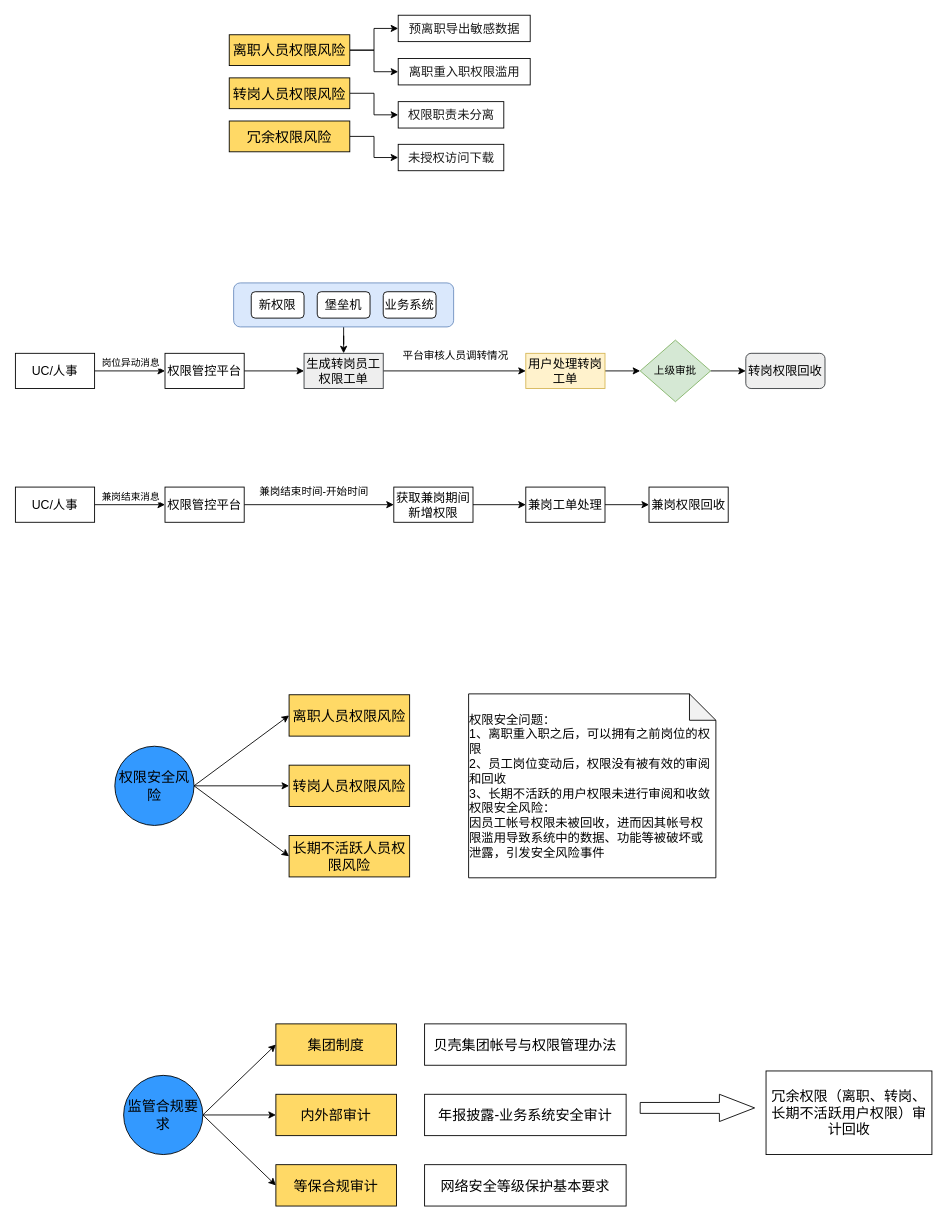
This is page "权限管控背景" (3 of 11) of 权限审计.drawio from zpxiao-ios/hello-world, a draw.io file, before an edit. Source tidied: cells renumbered, new cells numbered last; positions are measured from the earlier drawing's top-left corner, leaving out a move shared by most shapes. Both pictures are drawn from the tidied source at 88%, with x=0, y=0 at pixel (15, 15).
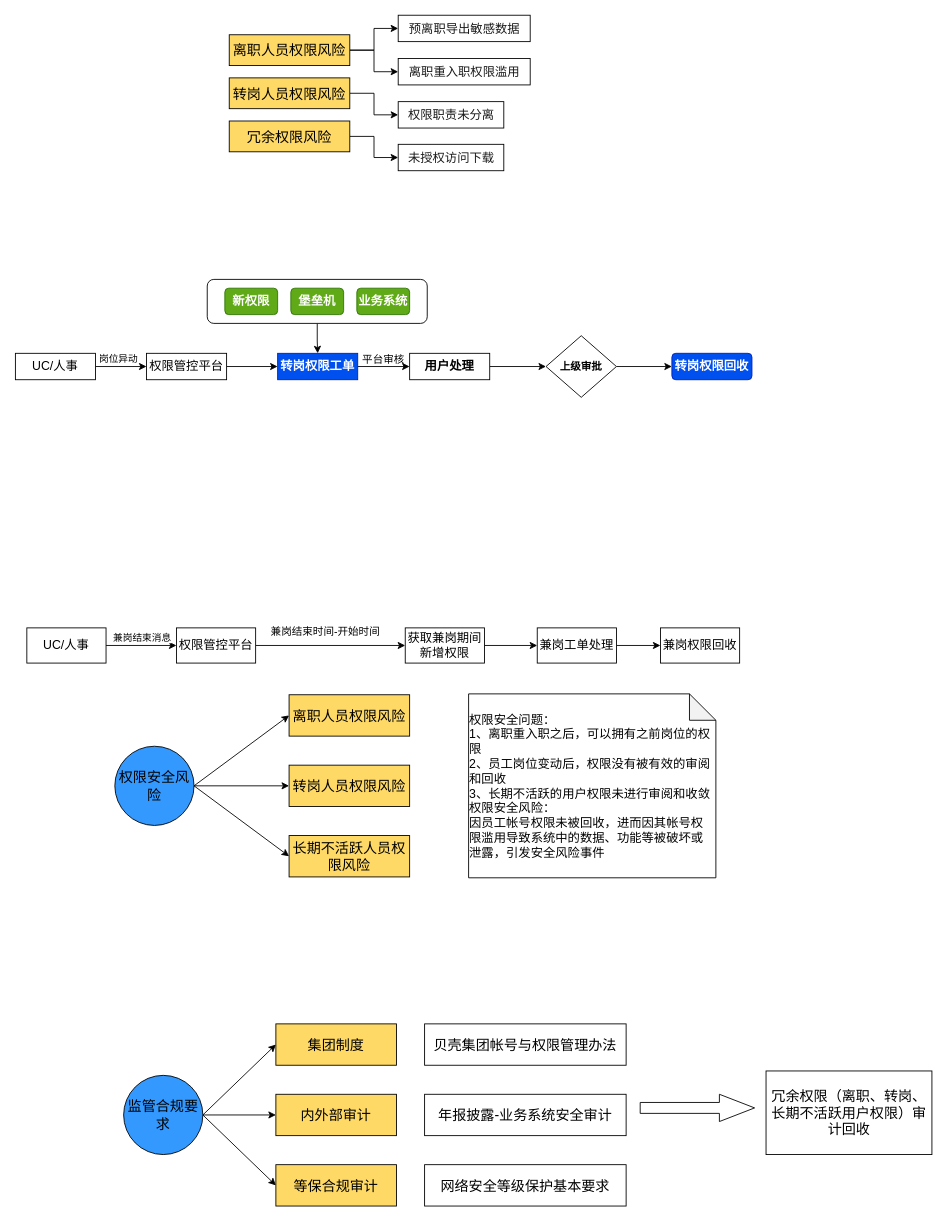
The same page after the edit.

Unchanged cells that the change refers to:
```xml
<mxCell id="4" style="edgeStyle=orthogonalEdgeStyle;rounded=0;jettySize=auto;html=1;exitX=1;exitY=0.5;exitDx=0;exitDy=0;entryX=0;entryY=0.5;entryDx=0;entryDy=0;" parent="1" edge="1" source="6" target="8">
  <mxGeometry relative="1" as="geometry" />
</mxCell>
```

Change to the diagram source:
```diff
@@
-    <mxCell id="3" style="rounded=1;whiteSpace=wrap;html=1;fillColor=#dae8fc;strokeColor=#6c8ebf;" parent="1" vertex="1">
-      <mxGeometry x="248" y="304" width="250" height="50" as="geometry" />
+    <mxCell id="3" style="rounded=1;whiteSpace=wrap;html=1;" parent="1" vertex="1">
+      <mxGeometry x="218" y="300" width="250" height="50" as="geometry" />
     </mxCell>
@@
-    <mxCell id="5" value="岗位异动消息" style="edgeLabel;html=1;align=center;verticalAlign=middle;" parent="4" vertex="1">
+    <mxCell id="5" value="岗位异动" style="edgeLabel;html=1;align=center;verticalAlign=middle;" parent="4" vertex="1">
       <mxGeometry x="-0.21" y="1" relative="1" as="geometry">
-        <mxPoint x="8" y="-9" as="offset" />
+        <mxPoint x="2" y="-9" as="offset" />
       </mxGeometry>
     </mxCell>
     <mxCell id="6" value="&lt;span style=&quot;font-size: 14px;&quot;&gt;UC/人事&lt;/span&gt;" style="rounded=0;whiteSpace=wrap;html=1;fillColor=#FFFFFF;" parent="1" vertex="1">
-      <mxGeometry y="384" width="90" height="40" as="geometry" />
+      <mxGeometry y="384" width="91" height="30" as="geometry" />
     </mxCell>
@@
     <mxCell id="8" value="&lt;span style=&quot;font-size: 14px;&quot;&gt;权限管控平台&lt;/span&gt;" style="rounded=0;whiteSpace=wrap;html=1;fillColor=#FFFFFF;" parent="1" vertex="1">
-      <mxGeometry x="170" y="384" width="90" height="40" as="geometry" />
+      <mxGeometry x="149" y="384" width="91" height="30" as="geometry" />
     </mxCell>
@@
-    <mxCell id="10" value="&lt;span style=&quot;font-size: 14px;&quot;&gt;生成转岗员工权限工单&lt;/span&gt;" style="rounded=0;whiteSpace=wrap;html=1;fillColor=#eeeeee;strokeColor=#36393d;" parent="1" vertex="1">
-      <mxGeometry x="328" y="384" width="90" height="40" as="geometry" />
+    <mxCell id="10" value="&lt;span style=&quot;font-size: 14px;&quot;&gt;转岗权限工单&lt;/span&gt;" style="rounded=0;whiteSpace=wrap;html=1;fillColor=#0050ef;strokeColor=#001DBC;fontColor=#ffffff;fontStyle=1;" parent="1" vertex="1">
+      <mxGeometry x="298" y="384" width="91" height="30" as="geometry" />
     </mxCell>
-    <mxCell id="11" style="edgeStyle=orthogonalEdgeStyle;rounded=0;jettySize=auto;html=1;" parent="1" edge="1" source="12" target="61">
+    <mxCell id="11" style="edgeStyle=orthogonalEdgeStyle;rounded=0;jettySize=auto;html=1;fontStyle=1;" parent="1" edge="1" source="12" target="61">
       <mxGeometry relative="1" as="geometry" />
     </mxCell>
-    <mxCell id="12" value="&lt;span style=&quot;font-size: 14px;&quot;&gt;用户处理转岗工单&lt;/span&gt;" style="rounded=0;whiteSpace=wrap;html=1;fillColor=#fff2cc;strokeColor=#d6b656;" parent="1" vertex="1">
-      <mxGeometry x="580" y="384" width="90" height="40" as="geometry" />
+    <mxCell id="12" value="&lt;span style=&quot;font-size: 14px;&quot;&gt;用户处理&lt;/span&gt;" style="rounded=0;whiteSpace=wrap;html=1;fontStyle=1;" parent="1" vertex="1">
+      <mxGeometry x="448" y="384" width="91" height="30" as="geometry" />
     </mxCell>
-    <mxCell id="13" value="&lt;span style=&quot;font-size: 14px;&quot;&gt;转岗权限回收&lt;/span&gt;" style="rounded=1;whiteSpace=wrap;html=1;fillColor=#eeeeee;strokeColor=#36393d;" parent="1" vertex="1">
-      <mxGeometry x="830" y="384" width="90" height="40" as="geometry" />
+    <mxCell id="13" value="&lt;span style=&quot;font-size: 14px;&quot;&gt;转岗权限回收&lt;/span&gt;" style="rounded=1;whiteSpace=wrap;html=1;fillColor=#0050ef;fontColor=#ffffff;strokeColor=#001DBC;fontStyle=1;" parent="1" vertex="1">
+      <mxGeometry x="746" y="384" width="91" height="30" as="geometry" />
     </mxCell>
@@
     <mxCell id="16" value="&lt;span style=&quot;font-size: 14px;&quot;&gt;UC/人事&lt;/span&gt;" style="rounded=0;whiteSpace=wrap;html=1;fillColor=#FFFFFF;" parent="1" vertex="1">
-      <mxGeometry y="536" width="90" height="40" as="geometry" />
+      <mxGeometry x="13" y="696" width="90" height="40" as="geometry" />
     </mxCell>
@@
     <mxCell id="18" value="&lt;span style=&quot;font-size: 14px;&quot;&gt;权限管控平台&lt;/span&gt;" style="rounded=0;whiteSpace=wrap;html=1;fillColor=#FFFFFF;" parent="1" vertex="1">
-      <mxGeometry x="170" y="536" width="90" height="40" as="geometry" />
+      <mxGeometry x="183" y="696" width="90" height="40" as="geometry" />
     </mxCell>
@@
     <mxCell id="20" value="&lt;span style=&quot;font-size: 14px;&quot;&gt;获取兼岗期间新增权限&lt;/span&gt;" style="rounded=0;whiteSpace=wrap;html=1;fillColor=#FFFFFF;" parent="1" vertex="1">
-      <mxGeometry x="430" y="536" width="90" height="40" as="geometry" />
+      <mxGeometry x="443" y="696" width="90" height="40" as="geometry" />
     </mxCell>
@@
     <mxCell id="22" value="&lt;span style=&quot;font-size: 14px;&quot;&gt;兼岗工单处理&lt;/span&gt;" style="rounded=0;whiteSpace=wrap;html=1;fillColor=#FFFFFF;" parent="1" vertex="1">
-      <mxGeometry x="580" y="536" width="90" height="40" as="geometry" />
+      <mxGeometry x="593" y="696" width="90" height="40" as="geometry" />
     </mxCell>
     <mxCell id="23" value="&lt;span style=&quot;font-size: 14px;&quot;&gt;兼岗权限回收&lt;/span&gt;" style="rounded=0;whiteSpace=wrap;html=1;fillColor=#FFFFFF;" parent="1" vertex="1">
-      <mxGeometry x="720" y="536" width="90" height="40" as="geometry" />
+      <mxGeometry x="733" y="696" width="90" height="40" as="geometry" />
     </mxCell>
     <mxCell id="24" value="兼岗结束时间-开始时间" style="text;html=1;align=center;verticalAlign=middle;strokeColor=none;fillColor=none;" parent="1" vertex="1">
-      <mxGeometry x="268" y="528" width="142" height="26" as="geometry" />
+      <mxGeometry x="281" y="688" width="142" height="26" as="geometry" />
     </mxCell>
@@
-    <mxCell id="56" value="新权限" style="rounded=1;whiteSpace=wrap;html=1;fontSize=14;" parent="1" vertex="1">
-      <mxGeometry x="268" y="314" width="60" height="30" as="geometry" />
+    <mxCell id="56" value="新权限" style="rounded=1;whiteSpace=wrap;html=1;fontSize=14;fillColor=#60a917;fontColor=#ffffff;strokeColor=#2D7600;fontStyle=1;" parent="1" vertex="1">
+      <mxGeometry x="238" y="310" width="60" height="30" as="geometry" />
     </mxCell>
-    <mxCell id="57" value="堡垒机" style="rounded=1;whiteSpace=wrap;html=1;fontSize=14;" parent="1" vertex="1">
-      <mxGeometry x="343" y="314" width="60" height="30" as="geometry" />
+    <mxCell id="57" value="堡垒机" style="rounded=1;whiteSpace=wrap;html=1;fontSize=14;fillColor=#60a917;fontColor=#ffffff;strokeColor=#2D7600;fontStyle=1;" parent="1" vertex="1">
+      <mxGeometry x="313" y="310" width="60" height="30" as="geometry" />
     </mxCell>
-    <mxCell id="58" value="业务系统" style="rounded=1;whiteSpace=wrap;html=1;fontSize=14;" parent="1" vertex="1">
-      <mxGeometry x="418" y="314" width="60" height="30" as="geometry" />
+    <mxCell id="58" value="业务系统" style="rounded=1;whiteSpace=wrap;html=1;fontSize=14;fillColor=#60a917;fontColor=#ffffff;strokeColor=#2D7600;fontStyle=1;" parent="1" vertex="1">
+      <mxGeometry x="388" y="310" width="60" height="30" as="geometry" />
     </mxCell>
-    <mxCell id="59" value="平台审核人员调转情况" style="text;html=1;align=center;verticalAlign=middle;strokeColor=none;fillColor=none;" parent="1" vertex="1">
-      <mxGeometry x="430" y="372" width="140" height="30" as="geometry" />
+    <mxCell id="59" value="平台审核" style="text;html=1;align=center;verticalAlign=middle;strokeColor=none;fillColor=none;" parent="1" vertex="1">
+      <mxGeometry x="385" y="378" width="66" height="26" as="geometry" />
     </mxCell>
@@
-    <mxCell id="61" value="上级审批" style="rhombus;whiteSpace=wrap;html=1;fillColor=#d5e8d4;strokeColor=#82b366;" parent="1" vertex="1">
-      <mxGeometry x="710" y="369" width="80" height="70" as="geometry" />
+    <mxCell id="61" value="上级审批" style="rhombus;whiteSpace=wrap;html=1;fontStyle=1;" parent="1" vertex="1">
+      <mxGeometry x="603" y="364" width="80" height="70" as="geometry" />
     </mxCell>
```
